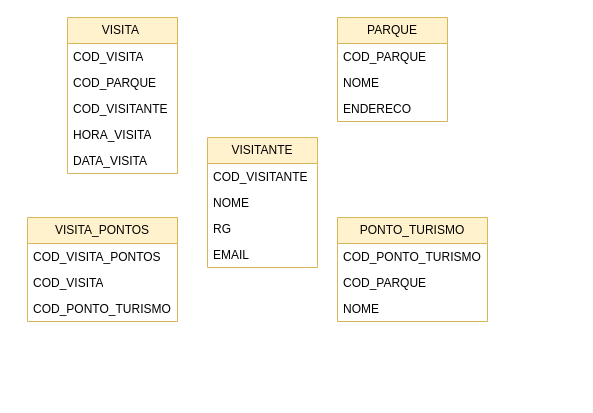
This is Aula05.drawio from NicolasKevin2/BD, a draw.io file, before an edit. Source tidied: cells renumbered, new cells numbered last; positions are measured from the earlier drawing's top-left corner, leaving out a move shared by most shapes. Both pictures are drawn from the tidied source at 100%, with x=0, y=0 at pixel (27, 17).
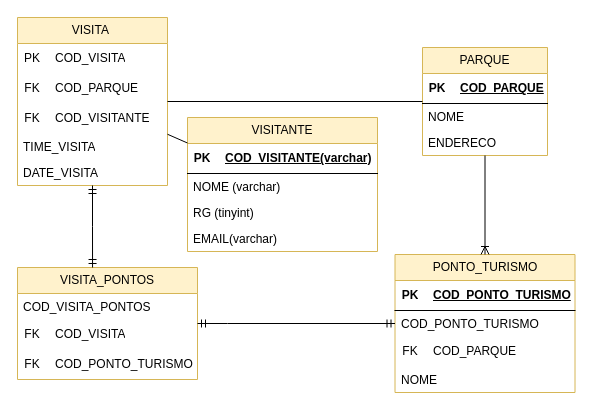
The same page after the edit.

Change to the diagram source:
```diff
@@
     <mxCell id="2" value="VISITA&amp;nbsp;" style="swimlane;fontStyle=0;horizontal=1;startSize=26;fillColor=#fff2cc;whiteSpace=wrap;html=1;strokeColor=#d6b656;" parent="1" vertex="1">
-      <mxGeometry x="40" width="110" height="156" as="geometry" />
+      <mxGeometry x="-10" width="150" height="168" as="geometry" />
     </mxCell>
-    <mxCell id="3" value="COD_VISITA" style="text;strokeColor=none;fillColor=none;align=left;verticalAlign=top;spacingLeft=4;spacingRight=4;overflow=hidden;whiteSpace=wrap;html=1;" parent="2" vertex="1">
-      <mxGeometry y="26" width="110" height="26" as="geometry" />
-    </mxCell>
-    <mxCell id="4" value="COD_PARQUE" style="text;strokeColor=none;fillColor=none;align=left;verticalAlign=top;spacingLeft=4;spacingRight=4;overflow=hidden;whiteSpace=wrap;html=1;" parent="2" vertex="1">
-      <mxGeometry y="52" width="110" height="26" as="geometry" />
-    </mxCell>
-    <mxCell id="5" value="COD_VISITANTE" style="text;strokeColor=none;fillColor=none;align=left;verticalAlign=top;spacingLeft=4;spacingRight=4;overflow=hidden;whiteSpace=wrap;html=1;" parent="2" vertex="1">
-      <mxGeometry y="78" width="110" height="26" as="geometry" />
-    </mxCell>
+    <mxCell id="25" style="shape=table;startSize=0;childLayout=tableLayout;rowLines=0;fontStyle=0;align=center;strokeColor=none;fillColor=none;" parent="2" vertex="1">
+      <mxGeometry y="26" width="150" height="30" as="geometry" />
+    </mxCell>
+    <mxCell id="26" style="shape=tableRow;horizontal=0;startSize=0;swimlaneHead=0;swimlaneBody=0;fillColor=none;top=0;left=0;right=0;bottom=0;" parent="25" vertex="1">
+      <mxGeometry width="150" height="30" as="geometry" />
+    </mxCell>
+    <mxCell id="27" value="PK" style="shape=partialRectangle;fillColor=none;top=0;left=0;bottom=0;right=0;fontStyle=0;overflow=hidden;whiteSpace=wrap;html=1;" parent="26" vertex="1">
+      <mxGeometry width="30" height="30" as="geometry" />
+    </mxCell>
+    <mxCell id="28" value="COD_VISITA" style="shape=partialRectangle;fillColor=none;top=0;left=0;bottom=0;right=0;align=left;spacingLeft=6;fontStyle=0;overflow=hidden;whiteSpace=wrap;html=1;" parent="26" vertex="1">
+      <mxGeometry x="30" width="120" height="30" as="geometry" />
+    </mxCell>
+    <mxCell id="29" style="shape=table;startSize=0;childLayout=tableLayout;rowLines=0;fontStyle=0;align=center;strokeColor=none;fillColor=none;" parent="2" vertex="1">
+      <mxGeometry y="56" width="150" height="30" as="geometry" />
+    </mxCell>
+    <mxCell id="30" style="shape=tableRow;horizontal=0;startSize=0;swimlaneHead=0;swimlaneBody=0;fillColor=none;top=0;left=0;right=0;bottom=0;" parent="29" vertex="1">
+      <mxGeometry width="150" height="30" as="geometry" />
+    </mxCell>
+    <mxCell id="31" value="FK" style="shape=partialRectangle;fillColor=none;top=0;left=0;bottom=0;right=0;fontStyle=0;overflow=hidden;whiteSpace=wrap;html=1;" parent="30" vertex="1">
+      <mxGeometry width="30" height="30" as="geometry" />
+    </mxCell>
+    <mxCell id="32" value="COD_PARQUE" style="shape=partialRectangle;fillColor=none;top=0;left=0;bottom=0;right=0;align=left;spacingLeft=6;fontStyle=0;overflow=hidden;whiteSpace=wrap;html=1;" parent="30" vertex="1">
+      <mxGeometry x="30" width="120" height="30" as="geometry" />
+    </mxCell>
+    <mxCell id="33" style="shape=table;startSize=0;childLayout=tableLayout;rowLines=0;fontStyle=0;align=center;strokeColor=none;fillColor=none;" parent="2" vertex="1">
+      <mxGeometry y="86" width="150" height="30" as="geometry" />
+    </mxCell>
+    <mxCell id="34" style="shape=tableRow;horizontal=0;startSize=0;swimlaneHead=0;swimlaneBody=0;fillColor=none;top=0;left=0;right=0;bottom=0;" parent="33" vertex="1">
+      <mxGeometry width="150" height="30" as="geometry" />
+    </mxCell>
+    <mxCell id="35" value="FK" style="shape=partialRectangle;fillColor=none;top=0;left=0;bottom=0;right=0;fontStyle=0;overflow=hidden;whiteSpace=wrap;html=1;" parent="34" vertex="1">
+      <mxGeometry width="30" height="30" as="geometry" />
+    </mxCell>
+    <mxCell id="36" value="COD_VISITANTE" style="shape=partialRectangle;fillColor=none;top=0;left=0;bottom=0;right=0;align=left;spacingLeft=6;fontStyle=0;overflow=hidden;whiteSpace=wrap;html=1;" parent="34" vertex="1">
+      <mxGeometry x="30" width="120" height="30" as="geometry" />
+    </mxCell>
-    <mxCell id="6" value="HORA_VISITA" style="text;strokeColor=none;fillColor=none;align=left;verticalAlign=top;spacingLeft=4;spacingRight=4;overflow=hidden;whiteSpace=wrap;html=1;" parent="2" vertex="1">
-      <mxGeometry y="104" width="110" height="26" as="geometry" />
+    <mxCell id="6" value="TIME_VISITA" style="text;strokeColor=none;fillColor=none;align=left;verticalAlign=top;spacingLeft=4;spacingRight=4;overflow=hidden;whiteSpace=wrap;html=1;" parent="2" vertex="1">
+      <mxGeometry y="116" width="150" height="26" as="geometry" />
     </mxCell>
-    <mxCell id="7" value="DATA_VISITA" style="text;strokeColor=none;fillColor=none;align=left;verticalAlign=top;spacingLeft=4;spacingRight=4;overflow=hidden;whiteSpace=wrap;html=1;" parent="2" vertex="1">
-      <mxGeometry y="130" width="110" height="26" as="geometry" />
+    <mxCell id="7" value="DATE_VISITA" style="text;strokeColor=none;fillColor=none;align=left;verticalAlign=top;spacingLeft=4;spacingRight=4;overflow=hidden;whiteSpace=wrap;html=1;" parent="2" vertex="1">
+      <mxGeometry y="142" width="150" height="26" as="geometry" />
     </mxCell>
     <mxCell id="8" value="PARQUE" style="swimlane;fontStyle=0;horizontal=1;startSize=26;fillColor=#fff2cc;whiteSpace=wrap;html=1;strokeColor=#d6b656;" parent="1" vertex="1">
-      <mxGeometry x="310" width="110" height="104" as="geometry" />
+      <mxGeometry x="395" y="30" width="125" height="108" as="geometry" />
     </mxCell>
-    <mxCell id="9" value="COD_PARQUE" style="text;strokeColor=none;fillColor=none;align=left;verticalAlign=top;spacingLeft=4;spacingRight=4;overflow=hidden;whiteSpace=wrap;html=1;" parent="8" vertex="1">
-      <mxGeometry y="26" width="110" height="26" as="geometry" />
-    </mxCell>
+    <mxCell id="37" style="shape=table;startSize=0;childLayout=tableLayout;rowLines=0;fontStyle=0;align=center;strokeColor=none;fillColor=none;" parent="8" vertex="1">
+      <mxGeometry y="26" width="125" height="30" as="geometry" />
+    </mxCell>
+    <mxCell id="38" style="shape=tableRow;horizontal=0;startSize=0;swimlaneHead=0;swimlaneBody=0;fillColor=none;top=0;left=0;right=0;bottom=1;" parent="37" vertex="1">
+      <mxGeometry width="125" height="30" as="geometry" />
+    </mxCell>
+    <mxCell id="39" value="PK" style="shape=partialRectangle;fillColor=none;top=0;left=0;bottom=0;right=0;fontStyle=1;overflow=hidden;whiteSpace=wrap;html=1;" parent="38" vertex="1">
+      <mxGeometry width="30" height="30" as="geometry" />
+    </mxCell>
+    <mxCell id="40" value="COD_PARQUE" style="shape=partialRectangle;fillColor=none;top=0;left=0;bottom=0;right=0;align=left;spacingLeft=6;fontStyle=5;overflow=hidden;whiteSpace=wrap;html=1;" parent="38" vertex="1">
+      <mxGeometry x="30" width="95" height="30" as="geometry" />
+    </mxCell>
     <mxCell id="10" value="NOME" style="text;strokeColor=none;fillColor=none;align=left;verticalAlign=top;spacingLeft=4;spacingRight=4;overflow=hidden;whiteSpace=wrap;html=1;" parent="8" vertex="1">
-      <mxGeometry y="52" width="110" height="26" as="geometry" />
+      <mxGeometry y="56" width="125" height="26" as="geometry" />
     </mxCell>
     <mxCell id="11" value="ENDERECO" style="text;strokeColor=none;fillColor=none;align=left;verticalAlign=top;spacingLeft=4;spacingRight=4;overflow=hidden;whiteSpace=wrap;html=1;" parent="8" vertex="1">
-      <mxGeometry y="78" width="110" height="26" as="geometry" />
+      <mxGeometry y="82" width="125" height="26" as="geometry" />
     </mxCell>
     <mxCell id="12" value="PONTO_TURISMO" style="swimlane;fontStyle=0;horizontal=1;startSize=26;fillColor=#fff2cc;whiteSpace=wrap;html=1;strokeColor=#d6b656;" parent="1" vertex="1">
-      <mxGeometry x="310" y="200" width="150" height="104" as="geometry" />
+      <mxGeometry x="367.5" y="237" width="180" height="138" as="geometry" />
     </mxCell>
+    <mxCell id="41" style="shape=table;startSize=0;childLayout=tableLayout;rowLines=0;fontStyle=0;align=center;strokeColor=none;fillColor=none;" parent="12" vertex="1">
+      <mxGeometry y="26" width="180" height="30" as="geometry" />
+    </mxCell>
+    <mxCell id="42" style="shape=tableRow;horizontal=0;startSize=0;swimlaneHead=0;swimlaneBody=0;fillColor=none;top=0;left=0;right=0;bottom=1;" parent="41" vertex="1">
+      <mxGeometry width="180" height="30" as="geometry" />
+    </mxCell>
+    <mxCell id="43" value="PK" style="shape=partialRectangle;fillColor=none;top=0;left=0;bottom=0;right=0;fontStyle=1;overflow=hidden;whiteSpace=wrap;html=1;" parent="42" vertex="1">
+      <mxGeometry width="30" height="30" as="geometry" />
+    </mxCell>
+    <mxCell id="44" value="COD_PONTO_TURISMO" style="shape=partialRectangle;fillColor=none;top=0;left=0;bottom=0;right=0;align=left;spacingLeft=6;fontStyle=5;overflow=hidden;whiteSpace=wrap;html=1;" parent="42" vertex="1">
+      <mxGeometry x="30" width="150" height="30" as="geometry" />
+    </mxCell>
     <mxCell id="13" value="COD_PONTO_TURISMO" style="text;strokeColor=none;fillColor=none;align=left;verticalAlign=top;spacingLeft=4;spacingRight=4;overflow=hidden;whiteSpace=wrap;html=1;" parent="12" vertex="1">
-      <mxGeometry y="26" width="150" height="26" as="geometry" />
+      <mxGeometry y="56" width="180" height="26" as="geometry" />
     </mxCell>
-    <mxCell id="14" value="COD_PARQUE" style="text;strokeColor=none;fillColor=none;align=left;verticalAlign=top;spacingLeft=4;spacingRight=4;overflow=hidden;whiteSpace=wrap;html=1;" parent="12" vertex="1">
-      <mxGeometry y="52" width="150" height="26" as="geometry" />
-    </mxCell>
+    <mxCell id="45" style="shape=table;startSize=0;childLayout=tableLayout;rowLines=0;fontStyle=0;align=center;strokeColor=none;fillColor=none;" parent="12" vertex="1">
+      <mxGeometry y="82" width="180" height="30" as="geometry" />
+    </mxCell>
+    <mxCell id="46" style="shape=tableRow;horizontal=0;startSize=0;swimlaneHead=0;swimlaneBody=0;fillColor=none;top=0;left=0;right=0;bottom=0;" parent="45" vertex="1">
+      <mxGeometry width="180" height="30" as="geometry" />
+    </mxCell>
+    <mxCell id="47" value="FK" style="shape=partialRectangle;fillColor=none;top=0;left=0;bottom=0;right=0;fontStyle=0;overflow=hidden;whiteSpace=wrap;html=1;" parent="46" vertex="1">
+      <mxGeometry width="30" height="30" as="geometry" />
+    </mxCell>
+    <mxCell id="48" value="COD_PARQUE" style="shape=partialRectangle;fillColor=none;top=0;left=0;bottom=0;right=0;align=left;spacingLeft=6;fontStyle=0;overflow=hidden;whiteSpace=wrap;html=1;" parent="46" vertex="1">
+      <mxGeometry x="30" width="150" height="30" as="geometry" />
+    </mxCell>
     <mxCell id="15" value="NOME" style="text;strokeColor=none;fillColor=none;align=left;verticalAlign=top;spacingLeft=4;spacingRight=4;overflow=hidden;whiteSpace=wrap;html=1;" parent="12" vertex="1">
-      <mxGeometry y="78" width="150" height="26" as="geometry" />
+      <mxGeometry y="112" width="180" height="26" as="geometry" />
     </mxCell>
     <mxCell id="16" value="VISITANTE" style="swimlane;fontStyle=0;horizontal=1;startSize=26;fillColor=#fff2cc;whiteSpace=wrap;html=1;strokeColor=#d6b656;" parent="1" vertex="1">
-      <mxGeometry x="180" y="120" width="110" height="130" as="geometry" />
+      <mxGeometry x="160" y="100" width="190" height="134" as="geometry" />
     </mxCell>
-    <mxCell id="17" value="COD_VISITANTE" style="text;strokeColor=none;fillColor=none;align=left;verticalAlign=top;spacingLeft=4;spacingRight=4;overflow=hidden;whiteSpace=wrap;html=1;" parent="16" vertex="1">
-      <mxGeometry y="26" width="110" height="26" as="geometry" />
-    </mxCell>
+    <mxCell id="49" style="shape=table;startSize=0;childLayout=tableLayout;rowLines=0;fontStyle=0;align=center;strokeColor=none;fillColor=none;" parent="16" vertex="1">
+      <mxGeometry y="26" width="190" height="30" as="geometry" />
+    </mxCell>
+    <mxCell id="50" style="shape=tableRow;horizontal=0;startSize=0;swimlaneHead=0;swimlaneBody=0;fillColor=none;top=0;left=0;right=0;bottom=1;" parent="49" vertex="1">
+      <mxGeometry width="190" height="30" as="geometry" />
+    </mxCell>
+    <mxCell id="51" value="PK" style="shape=partialRectangle;fillColor=none;top=0;left=0;bottom=0;right=0;fontStyle=1;overflow=hidden;whiteSpace=wrap;html=1;" parent="50" vertex="1">
+      <mxGeometry width="30" height="30" as="geometry" />
+    </mxCell>
+    <mxCell id="52" value="COD_VISITANTE(varchar)" style="shape=partialRectangle;fillColor=none;top=0;left=0;bottom=0;right=0;align=left;spacingLeft=6;fontStyle=5;overflow=hidden;whiteSpace=wrap;html=1;" parent="50" vertex="1">
+      <mxGeometry x="30" width="160" height="30" as="geometry" />
+    </mxCell>
-    <mxCell id="18" value="NOME" style="text;strokeColor=none;fillColor=none;align=left;verticalAlign=top;spacingLeft=4;spacingRight=4;overflow=hidden;whiteSpace=wrap;html=1;" parent="16" vertex="1">
-      <mxGeometry y="52" width="110" height="26" as="geometry" />
+    <mxCell id="18" value="NOME (varchar)" style="text;strokeColor=none;fillColor=none;align=left;verticalAlign=top;spacingLeft=4;spacingRight=4;overflow=hidden;whiteSpace=wrap;html=1;" parent="16" vertex="1">
+      <mxGeometry y="56" width="190" height="26" as="geometry" />
     </mxCell>
-    <mxCell id="19" value="RG" style="text;strokeColor=none;fillColor=none;align=left;verticalAlign=top;spacingLeft=4;spacingRight=4;overflow=hidden;whiteSpace=wrap;html=1;" parent="16" vertex="1">
-      <mxGeometry y="78" width="110" height="26" as="geometry" />
+    <mxCell id="19" value="RG (tinyint)" style="text;strokeColor=none;fillColor=none;align=left;verticalAlign=top;spacingLeft=4;spacingRight=4;overflow=hidden;whiteSpace=wrap;html=1;" parent="16" vertex="1">
+      <mxGeometry y="82" width="190" height="26" as="geometry" />
     </mxCell>
-    <mxCell id="20" value="EMAIL" style="text;strokeColor=none;fillColor=none;align=left;verticalAlign=top;spacingLeft=4;spacingRight=4;overflow=hidden;whiteSpace=wrap;html=1;" parent="16" vertex="1">
-      <mxGeometry y="104" width="110" height="26" as="geometry" />
+    <mxCell id="20" value="EMAIL(varchar)" style="text;strokeColor=none;fillColor=none;align=left;verticalAlign=top;spacingLeft=4;spacingRight=4;overflow=hidden;whiteSpace=wrap;html=1;" parent="16" vertex="1">
+      <mxGeometry y="108" width="190" height="26" as="geometry" />
     </mxCell>
     <mxCell id="21" value="VISITA_PONTOS" style="swimlane;fontStyle=0;horizontal=1;startSize=26;fillColor=#fff2cc;whiteSpace=wrap;html=1;strokeColor=#d6b656;" parent="1" vertex="1">
-      <mxGeometry y="200" width="150" height="104" as="geometry" />
+      <mxGeometry x="-10" y="250" width="180" height="112" as="geometry" />
     </mxCell>
     <mxCell id="22" value="COD_VISITA_PONTOS" style="text;strokeColor=none;fillColor=none;align=left;verticalAlign=top;spacingLeft=4;spacingRight=4;overflow=hidden;whiteSpace=wrap;html=1;" parent="21" vertex="1">
-      <mxGeometry y="26" width="150" height="26" as="geometry" />
+      <mxGeometry y="26" width="180" height="26" as="geometry" />
     </mxCell>
-    <mxCell id="23" value="COD_VISITA" style="text;strokeColor=none;fillColor=none;align=left;verticalAlign=top;spacingLeft=4;spacingRight=4;overflow=hidden;whiteSpace=wrap;html=1;" parent="21" vertex="1">
-      <mxGeometry y="52" width="150" height="26" as="geometry" />
-    </mxCell>
-    <mxCell id="24" value="COD_PONTO_TURISMO" style="text;strokeColor=none;fillColor=none;align=left;verticalAlign=top;spacingLeft=4;spacingRight=4;overflow=hidden;whiteSpace=wrap;html=1;" parent="21" vertex="1">
-      <mxGeometry y="78" width="150" height="26" as="geometry" />
-    </mxCell>
+    <mxCell id="53" style="shape=table;startSize=0;childLayout=tableLayout;rowLines=0;fontStyle=0;align=center;strokeColor=none;fillColor=none;" parent="21" vertex="1">
+      <mxGeometry y="52" width="180" height="30" as="geometry" />
+    </mxCell>
+    <mxCell id="54" style="shape=tableRow;horizontal=0;startSize=0;swimlaneHead=0;swimlaneBody=0;fillColor=none;top=0;left=0;right=0;bottom=0;" parent="53" vertex="1">
+      <mxGeometry width="180" height="30" as="geometry" />
+    </mxCell>
+    <mxCell id="55" value="FK" style="shape=partialRectangle;fillColor=none;top=0;left=0;bottom=0;right=0;fontStyle=0;overflow=hidden;whiteSpace=wrap;html=1;" parent="54" vertex="1">
+      <mxGeometry width="30" height="30" as="geometry" />
+    </mxCell>
+    <mxCell id="56" value="COD_VISITA" style="shape=partialRectangle;fillColor=none;top=0;left=0;bottom=0;right=0;align=left;spacingLeft=6;fontStyle=0;overflow=hidden;whiteSpace=wrap;html=1;" parent="54" vertex="1">
+      <mxGeometry x="30" width="150" height="30" as="geometry" />
+    </mxCell>
+    <mxCell id="57" style="shape=table;startSize=0;childLayout=tableLayout;rowLines=0;fontStyle=0;align=center;strokeColor=none;fillColor=none;" parent="21" vertex="1">
+      <mxGeometry y="82" width="180" height="30" as="geometry" />
+    </mxCell>
+    <mxCell id="58" style="shape=tableRow;horizontal=0;startSize=0;swimlaneHead=0;swimlaneBody=0;fillColor=none;top=0;left=0;right=0;bottom=0;" parent="57" vertex="1">
+      <mxGeometry width="180" height="30" as="geometry" />
+    </mxCell>
+    <mxCell id="59" value="FK" style="shape=partialRectangle;fillColor=none;top=0;left=0;bottom=0;right=0;fontStyle=0;overflow=hidden;whiteSpace=wrap;html=1;" parent="58" vertex="1">
+      <mxGeometry width="30" height="30" as="geometry" />
+    </mxCell>
+    <mxCell id="60" value="COD_PONTO_TURISMO" style="shape=partialRectangle;fillColor=none;top=0;left=0;bottom=0;right=0;align=left;spacingLeft=6;fontStyle=0;overflow=hidden;whiteSpace=wrap;html=1;" parent="58" vertex="1">
+      <mxGeometry x="30" width="150" height="30" as="geometry" />
+    </mxCell>
+    <mxCell id="61" style="endArrow=none;html=1;rounded=0;" parent="1" edge="1" source="2" target="8">
+      <mxGeometry relative="1" as="geometry" />
+    </mxCell>
+    <mxCell id="62" style="endArrow=none;html=1;rounded=0;" parent="1" edge="1" source="16" target="2">
+      <mxGeometry relative="1" as="geometry" />
+    </mxCell>
+    <mxCell id="63" style="edgeStyle=orthogonalEdgeStyle;fontSize=12;html=1;endArrow=ERmandOne;startArrow=ERmandOne;rounded=0;entryX=0.417;entryY=0;entryDx=0;entryDy=0;entryPerimeter=0;" parent="1" edge="1" source="2" target="21">
+      <mxGeometry relative="1" as="geometry" />
+    </mxCell>
+    <mxCell id="64" style="edgeStyle=orthogonalEdgeStyle;fontSize=12;html=1;endArrow=ERoneToMany;rounded=0;" parent="1" edge="1" source="8" target="12">
+      <mxGeometry relative="1" as="geometry" />
+    </mxCell>
+    <mxCell id="65" style="edgeStyle=entityRelationEdgeStyle;fontSize=12;html=1;endArrow=ERmandOne;startArrow=ERmandOne;rounded=0;" parent="1" edge="1" source="21" target="12">
+      <mxGeometry relative="1" as="geometry" />
+    </mxCell>
```
